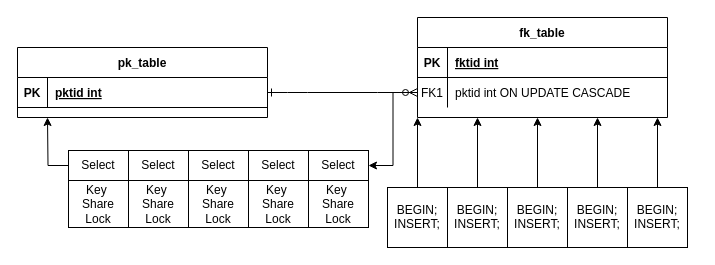
The draw.io diagram multixact.drawio in mackchay/pg_FKtest, before the edit. Source tidied: cells renumbered, new cells numbered last; positions are measured from the earlier drawing's top-left corner, leaving out a move shared by most shapes. Both pictures are drawn from the tidied source at 100%, with x=0, y=0 at pixel (17, 17).
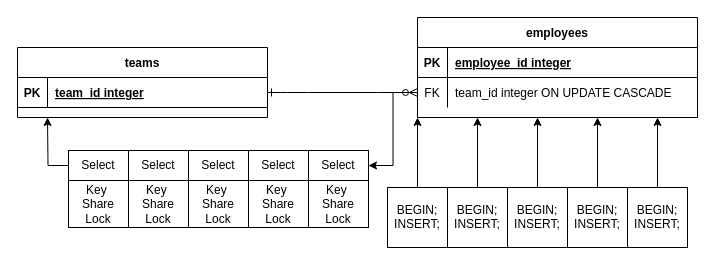
Above is the later version.

Unchanged cells that the change refers to:
```xml
<mxCell id="11" style="shape=partialRectangle;fillColor=none;points=[[0,0.5],[1,0.5]];portConstraint=eastwest;top=0;left=0;right=0;bottom=1;" parent="10" vertex="1">
  <mxGeometry y="30" width="250" height="30" as="geometry" />
</mxCell>
```

The edit, as a diff of the source:
```diff
@@
-    <mxCell id="3" value="fk_table" style="shape=table;startSize=30;childLayout=tableLayout;rowLines=0;fontStyle=1;align=center;" parent="1" vertex="1">
-      <mxGeometry x="400" width="250" height="100" as="geometry" />
+    <mxCell id="3" value="employees" style="shape=table;startSize=30;childLayout=tableLayout;rowLines=0;fontStyle=1;align=center;" parent="1" vertex="1">
+      <mxGeometry x="400" width="280" height="100" as="geometry" />
     </mxCell>
     <mxCell id="4" style="shape=partialRectangle;fillColor=none;top=0;left=0;right=0;bottom=1;" parent="3" vertex="1">
-      <mxGeometry y="30" width="250" height="30" as="geometry" />
+      <mxGeometry y="30" width="280" height="30" as="geometry" />
     </mxCell>
@@
-    <mxCell id="6" value="fktid int" style="shape=partialRectangle;overflow=hidden;fillColor=none;top=0;left=0;bottom=0;right=0;align=left;spacingLeft=6;fontStyle=5;" parent="4" vertex="1">
-      <mxGeometry x="30" width="220" height="30" as="geometry" />
+    <mxCell id="6" value="employee_id integer" style="shape=partialRectangle;overflow=hidden;fillColor=none;top=0;left=0;bottom=0;right=0;align=left;spacingLeft=6;fontStyle=5;" parent="4" vertex="1">
+      <mxGeometry x="30" width="250" height="30" as="geometry" />
     </mxCell>
     <mxCell id="7" style="shape=partialRectangle;fillColor=none;points=[[0,0.5],[1,0.5]];portConstraint=eastwest;top=0;left=0;right=0;bottom=0;" parent="3" vertex="1">
-      <mxGeometry y="60" width="250" height="30" as="geometry" />
+      <mxGeometry y="60" width="280" height="30" as="geometry" />
     </mxCell>
-    <mxCell id="8" value="FK1" style="shape=partialRectangle;overflow=hidden;fillColor=none;top=0;left=0;bottom=0;right=0;" parent="7" vertex="1">
+    <mxCell id="8" value="FK" style="shape=partialRectangle;overflow=hidden;fillColor=none;top=0;left=0;bottom=0;right=0;" parent="7" vertex="1">
       <mxGeometry width="30" height="30" as="geometry" />
     </mxCell>
-    <mxCell id="9" value="pktid int ON UPDATE CASCADE" style="shape=partialRectangle;overflow=hidden;fillColor=none;top=0;left=0;bottom=0;right=0;align=left;spacingLeft=6;" parent="7" vertex="1">
-      <mxGeometry x="30" width="220" height="30" as="geometry" />
+    <mxCell id="9" value="team_id integer ON UPDATE CASCADE" style="shape=partialRectangle;overflow=hidden;fillColor=none;top=0;left=0;bottom=0;right=0;align=left;spacingLeft=6;" parent="7" vertex="1">
+      <mxGeometry x="30" width="250" height="30" as="geometry" />
     </mxCell>
-    <mxCell id="10" value="pk_table" style="shape=table;startSize=30;childLayout=tableLayout;rowLines=0;fontStyle=1;align=center;" parent="1" vertex="1">
+    <mxCell id="10" value="teams" style="shape=table;startSize=30;childLayout=tableLayout;rowLines=0;fontStyle=1;align=center;" parent="1" vertex="1">
       <mxGeometry y="30" width="250" height="70" as="geometry" />
     </mxCell>
@@
-    <mxCell id="13" value="pktid int" style="shape=partialRectangle;overflow=hidden;fillColor=none;top=0;left=0;bottom=0;right=0;align=left;spacingLeft=6;fontStyle=5;" parent="11" vertex="1">
+    <mxCell id="13" value="team_id integer" style="shape=partialRectangle;overflow=hidden;fillColor=none;top=0;left=0;bottom=0;right=0;align=left;spacingLeft=6;fontStyle=5;" parent="11" vertex="1">
       <mxGeometry x="30" width="220" height="30" as="geometry" />
     </mxCell>
```
